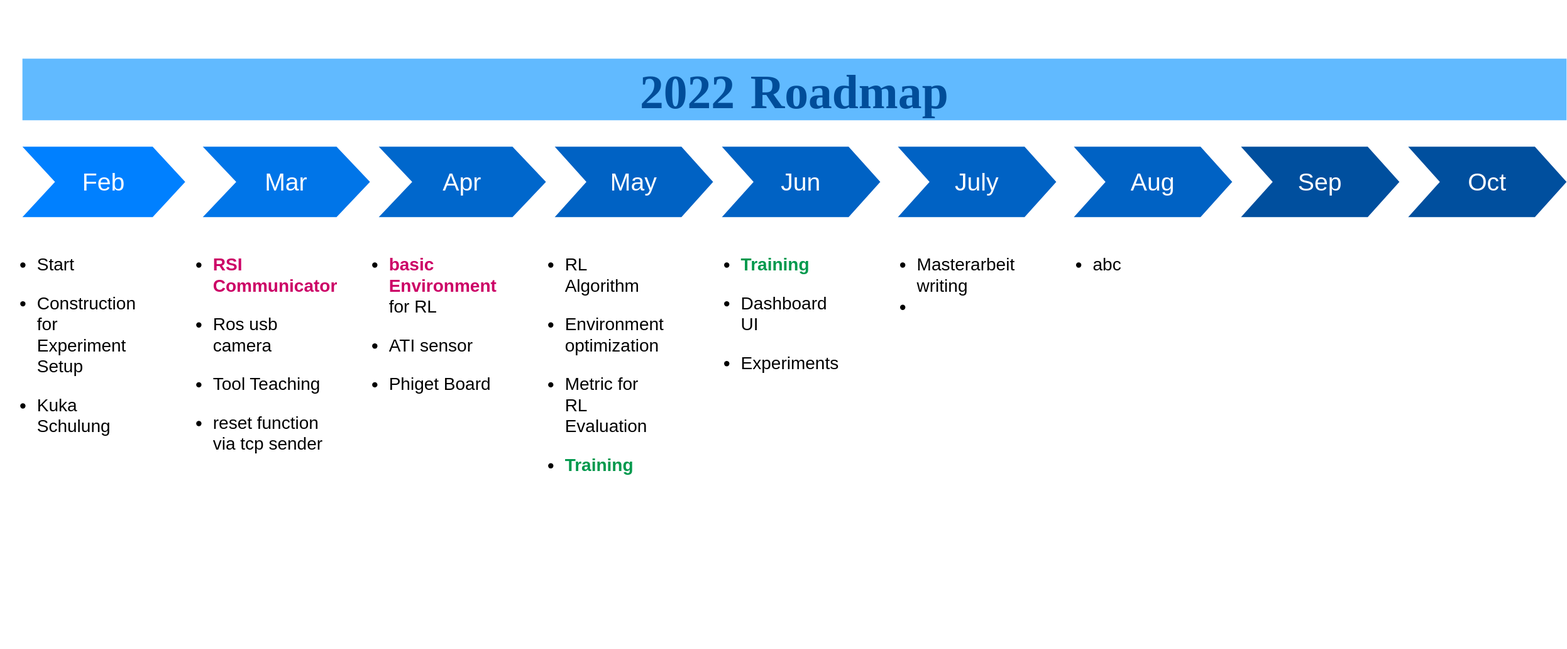
TONiiV/flowcharts keeps this draw.io diagram as Roadmap.svg. Above is the earlier version. Source tidied: cells renumbered, new cells last; positions are measured from the earlier drawing's top-left corner, leaving out a move shared by most shapes. The source it was exported from:
```xml
<mxGraphModel>
  <root>
    <mxCell id="0" />
    <mxCell id="1" parent="0" />
    <mxCell id="2" value="Feb" style="shape=step;whiteSpace=wrap;html=1;fontSize=28;fillColor=#0080FF;fontColor=#FFFFFF;strokeColor=none;" parent="1" vertex="1">
      <mxGeometry x="25" y="100" width="185" height="80" as="geometry" />
    </mxCell>
    <mxCell id="3" value="Mar" style="shape=step;whiteSpace=wrap;html=1;fontSize=28;fillColor=#0075E8;fontColor=#FFFFFF;strokeColor=none;" parent="1" vertex="1">
      <mxGeometry x="230" y="100" width="190" height="80" as="geometry" />
    </mxCell>
    <mxCell id="4" value="Apr" style="shape=step;whiteSpace=wrap;html=1;fontSize=28;fillColor=#0067CC;fontColor=#FFFFFF;strokeColor=none;" parent="1" vertex="1">
      <mxGeometry x="430" y="100" width="190" height="80" as="geometry" />
    </mxCell>
    <mxCell id="5" value="May" style="shape=step;whiteSpace=wrap;html=1;fontSize=28;fillColor=#0062C4;fontColor=#FFFFFF;strokeColor=none;" parent="1" vertex="1">
      <mxGeometry x="630" y="100" width="180" height="80" as="geometry" />
    </mxCell>
    <mxCell id="6" value="&lt;h3&gt;&lt;font style=&quot;font-size: 54px&quot; face=&quot;Verdana&quot;&gt;2022&lt;/font&gt; &lt;font style=&quot;font-size: 54px&quot; face=&quot;Verdana&quot;&gt;Roadmap &lt;/font&gt;&lt;br&gt;&lt;/h3&gt;" style="text;html=1;strokeColor=none;fillColor=#61BAFF;align=center;verticalAlign=middle;whiteSpace=wrap;fontSize=54;fontStyle=1;fontColor=#004D99;" parent="1" vertex="1">
      <mxGeometry x="25" width="1755" height="70" as="geometry" />
    </mxCell>
    <mxCell id="7" value="&lt;ul style=&quot;font-size: 20px&quot;&gt;&lt;li&gt;Start&lt;/li&gt;&lt;/ul&gt;&lt;ul style=&quot;font-size: 20px&quot;&gt;&lt;li&gt;Construction for Experiment Setup&lt;/li&gt;&lt;/ul&gt;&lt;ul style=&quot;font-size: 20px&quot;&gt;&lt;li&gt;Kuka Schulung&lt;br&gt;&lt;/li&gt;&lt;/ul&gt;" style="text;spacingTop=-5;fillColor=#ffffff;whiteSpace=wrap;html=1;align=left;fontSize=12;fontFamily=Helvetica;fillColor=none;strokeColor=none;" parent="1" vertex="1">
      <mxGeometry y="200" width="140" height="470" as="geometry" />
    </mxCell>
    <mxCell id="8" value="&lt;ul style=&quot;font-size: 20px&quot;&gt;&lt;li&gt;&lt;font color=&quot;#CC0066&quot;&gt;&lt;b&gt;RSI Communicator&lt;/b&gt;&lt;/font&gt;&lt;/li&gt;&lt;/ul&gt;&lt;ul style=&quot;font-size: 20px&quot;&gt;&lt;li&gt;Ros usb camera&lt;/li&gt;&lt;/ul&gt;&lt;ul style=&quot;font-size: 20px&quot;&gt;&lt;li&gt;Tool Teaching&lt;/li&gt;&lt;/ul&gt;&lt;ul style=&quot;font-size: 20px&quot;&gt;&lt;li&gt;reset function via tcp sender&lt;br&gt;&lt;/li&gt;&lt;/ul&gt;" style="text;spacingTop=-5;fillColor=#ffffff;whiteSpace=wrap;html=1;align=left;fontSize=12;fontFamily=Helvetica;fillColor=none;strokeColor=none;" parent="1" vertex="1">
      <mxGeometry x="200" y="200" width="140" height="470" as="geometry" />
    </mxCell>
    <mxCell id="9" value="&lt;ul style=&quot;font-size: 20px&quot;&gt;&lt;li&gt;&lt;font color=&quot;#CC0066&quot;&gt;&lt;b&gt;basic Environment&lt;/b&gt;&lt;/font&gt; for RL&lt;/li&gt;&lt;/ul&gt;&lt;ul style=&quot;font-size: 20px&quot;&gt;&lt;li&gt;ATI sensor&lt;/li&gt;&lt;/ul&gt;&lt;ul style=&quot;font-size: 20px&quot;&gt;&lt;li&gt;Phiget Board&lt;br&gt;&lt;/li&gt;&lt;/ul&gt;" style="text;spacingTop=-5;fillColor=#ffffff;whiteSpace=wrap;html=1;align=left;fontSize=12;fontFamily=Helvetica;fillColor=none;strokeColor=none;" parent="1" vertex="1">
      <mxGeometry x="400" y="200" width="140" height="470" as="geometry" />
    </mxCell>
    <mxCell id="10" value="&lt;ul style=&quot;font-size: 20px&quot;&gt;&lt;li&gt;RL Algorithm&lt;/li&gt;&lt;/ul&gt;&lt;ul style=&quot;font-size: 20px&quot;&gt;&lt;li&gt;Environment optimization&lt;/li&gt;&lt;/ul&gt;&lt;ul style=&quot;font-size: 20px&quot;&gt;&lt;li&gt;Metric for RL Evaluation&lt;/li&gt;&lt;/ul&gt;&lt;ul style=&quot;font-size: 20px&quot;&gt;&lt;li&gt;&lt;font color=&quot;#00994D&quot;&gt;&lt;b&gt;Training&lt;/b&gt;&lt;/font&gt;&lt;br&gt;&lt;/li&gt;&lt;/ul&gt;" style="text;spacingTop=-5;fillColor=#ffffff;whiteSpace=wrap;html=1;align=left;fontSize=12;fontFamily=Helvetica;fillColor=none;strokeColor=none;" parent="1" vertex="1">
      <mxGeometry x="600" y="200" width="140" height="470" as="geometry" />
    </mxCell>
    <mxCell id="11" value="&lt;ul style=&quot;font-size: 20px&quot;&gt;&lt;li&gt;&lt;font color=&quot;#00994D&quot;&gt;&lt;b&gt;Training&lt;/b&gt;&lt;/font&gt;&lt;/li&gt;&lt;/ul&gt;&lt;ul style=&quot;font-size: 20px&quot;&gt;&lt;li&gt;Dashboard UI&lt;/li&gt;&lt;/ul&gt;&lt;ul style=&quot;font-size: 20px&quot;&gt;&lt;li&gt;Experiments&lt;br&gt;&lt;/li&gt;&lt;/ul&gt;" style="text;spacingTop=-5;fillColor=#ffffff;whiteSpace=wrap;html=1;align=left;fontSize=12;fontFamily=Helvetica;fillColor=none;strokeColor=none;" parent="1" vertex="1">
      <mxGeometry x="800" y="200" width="140" height="470" as="geometry" />
    </mxCell>
    <mxCell id="12" value="&lt;ul style=&quot;font-size: 20px&quot;&gt;&lt;li&gt;abc&lt;/li&gt;&lt;/ul&gt;" style="text;spacingTop=-5;fillColor=#ffffff;whiteSpace=wrap;html=1;align=left;fontSize=12;fontFamily=Helvetica;fillColor=none;strokeColor=none;" parent="1" vertex="1">
      <mxGeometry x="1200" y="200" width="140" height="470" as="geometry" />
    </mxCell>
    <mxCell id="13" value="&lt;ul style=&quot;font-size: 20px&quot;&gt;&lt;li&gt;Masterarbeit writing&lt;/li&gt;&lt;li&gt;&lt;br&gt;&lt;/li&gt;&lt;/ul&gt;" style="text;spacingTop=-5;fillColor=#ffffff;whiteSpace=wrap;html=1;align=left;fontSize=12;fontFamily=Helvetica;fillColor=none;strokeColor=none;" parent="1" vertex="1">
      <mxGeometry x="1000" y="200" width="140" height="470" as="geometry" />
    </mxCell>
    <mxCell id="14" value="Jun" style="shape=step;whiteSpace=wrap;html=1;fontSize=28;fillColor=#0062C4;fontColor=#FFFFFF;strokeColor=none;" parent="1" vertex="1">
      <mxGeometry x="820" y="100" width="180" height="80" as="geometry" />
    </mxCell>
    <mxCell id="15" value="July" style="shape=step;whiteSpace=wrap;html=1;fontSize=28;fillColor=#0062C4;fontColor=#FFFFFF;strokeColor=none;" parent="1" vertex="1">
      <mxGeometry x="1020" y="100" width="180" height="80" as="geometry" />
    </mxCell>
    <mxCell id="16" value="Aug" style="shape=step;whiteSpace=wrap;html=1;fontSize=28;fillColor=#0062C4;fontColor=#FFFFFF;strokeColor=none;" parent="1" vertex="1">
      <mxGeometry x="1220" y="100" width="180" height="80" as="geometry" />
    </mxCell>
    <mxCell id="17" value="Sep" style="shape=step;whiteSpace=wrap;html=1;fontSize=28;fillColor=#004F9E;fontColor=#FFFFFF;strokeColor=none;" parent="1" vertex="1">
      <mxGeometry x="1410" y="100" width="180" height="80" as="geometry" />
    </mxCell>
    <mxCell id="18" value="Oct" style="shape=step;whiteSpace=wrap;html=1;fontSize=28;fillColor=#004F9E;fontColor=#FFFFFF;strokeColor=none;" parent="1" vertex="1">
      <mxGeometry x="1600" y="100" width="180" height="80" as="geometry" />
    </mxCell>
  </root>
</mxGraphModel>
```
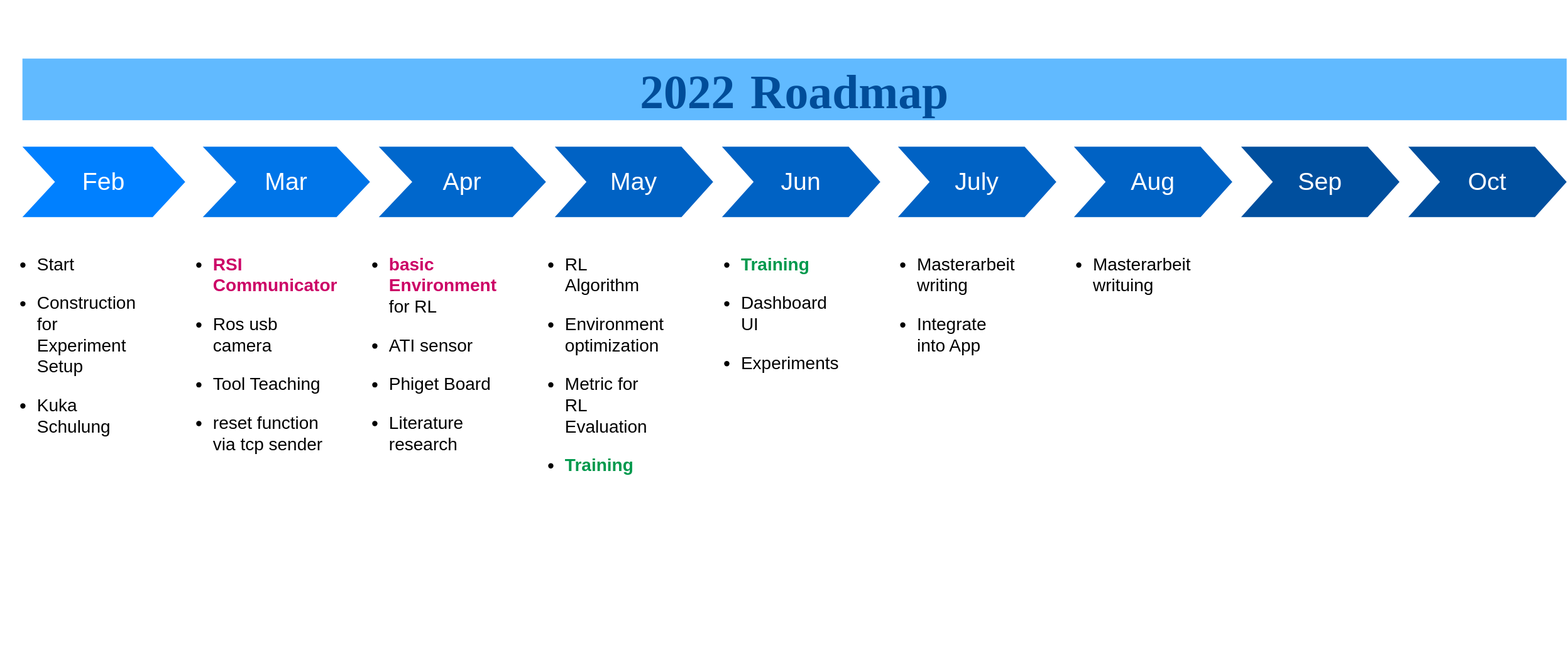
Above is the later version.

Change to the diagram source:
```diff
@@ -23,7 +23,7 @@
     <mxCell id="8" value="&lt;ul style=&quot;font-size: 20px&quot;&gt;&lt;li&gt;&lt;font color=&quot;#CC0066&quot;&gt;&lt;b&gt;RSI Communicator&lt;/b&gt;&lt;/font&gt;&lt;/li&gt;&lt;/ul&gt;&lt;ul style=&quot;font-size: 20px&quot;&gt;&lt;li&gt;Ros usb camera&lt;/li&gt;&lt;/ul&gt;&lt;ul style=&quot;font-size: 20px&quot;&gt;&lt;li&gt;Tool Teaching&lt;/li&gt;&lt;/ul&gt;&lt;ul style=&quot;font-size: 20px&quot;&gt;&lt;li&gt;reset function via tcp sender&lt;br&gt;&lt;/li&gt;&lt;/ul&gt;" style="text;spacingTop=-5;fillColor=#ffffff;whiteSpace=wrap;html=1;align=left;fontSize=12;fontFamily=Helvetica;fillColor=none;strokeColor=none;" parent="1" vertex="1">
       <mxGeometry x="200" y="200" width="140" height="470" as="geometry" />
     </mxCell>
-    <mxCell id="9" value="&lt;ul style=&quot;font-size: 20px&quot;&gt;&lt;li&gt;&lt;font color=&quot;#CC0066&quot;&gt;&lt;b&gt;basic Environment&lt;/b&gt;&lt;/font&gt; for RL&lt;/li&gt;&lt;/ul&gt;&lt;ul style=&quot;font-size: 20px&quot;&gt;&lt;li&gt;ATI sensor&lt;/li&gt;&lt;/ul&gt;&lt;ul style=&quot;font-size: 20px&quot;&gt;&lt;li&gt;Phiget Board&lt;br&gt;&lt;/li&gt;&lt;/ul&gt;" style="text;spacingTop=-5;fillColor=#ffffff;whiteSpace=wrap;html=1;align=left;fontSize=12;fontFamily=Helvetica;fillColor=none;strokeColor=none;" parent="1" vertex="1">
+    <mxCell id="9" value="&lt;ul style=&quot;font-size: 20px&quot;&gt;&lt;li&gt;&lt;font color=&quot;#CC0066&quot;&gt;&lt;b&gt;basic Environment&lt;/b&gt;&lt;/font&gt; for RL&lt;/li&gt;&lt;/ul&gt;&lt;ul style=&quot;font-size: 20px&quot;&gt;&lt;li&gt;ATI sensor&lt;/li&gt;&lt;/ul&gt;&lt;ul style=&quot;font-size: 20px&quot;&gt;&lt;li&gt;Phiget Board&lt;/li&gt;&lt;/ul&gt;&lt;ul style=&quot;font-size: 20px&quot;&gt;&lt;li&gt;Literature research&lt;br&gt;&lt;/li&gt;&lt;/ul&gt;" style="text;spacingTop=-5;fillColor=#ffffff;whiteSpace=wrap;html=1;align=left;fontSize=12;fontFamily=Helvetica;fillColor=none;strokeColor=none;" parent="1" vertex="1">
       <mxGeometry x="400" y="200" width="140" height="470" as="geometry" />
     </mxCell>
     <mxCell id="10" value="&lt;ul style=&quot;font-size: 20px&quot;&gt;&lt;li&gt;RL Algorithm&lt;/li&gt;&lt;/ul&gt;&lt;ul style=&quot;font-size: 20px&quot;&gt;&lt;li&gt;Environment optimization&lt;/li&gt;&lt;/ul&gt;&lt;ul style=&quot;font-size: 20px&quot;&gt;&lt;li&gt;Metric for RL Evaluation&lt;/li&gt;&lt;/ul&gt;&lt;ul style=&quot;font-size: 20px&quot;&gt;&lt;li&gt;&lt;font color=&quot;#00994D&quot;&gt;&lt;b&gt;Training&lt;/b&gt;&lt;/font&gt;&lt;br&gt;&lt;/li&gt;&lt;/ul&gt;" style="text;spacingTop=-5;fillColor=#ffffff;whiteSpace=wrap;html=1;align=left;fontSize=12;fontFamily=Helvetica;fillColor=none;strokeColor=none;" parent="1" vertex="1">
@@ -32,10 +32,10 @@
     <mxCell id="11" value="&lt;ul style=&quot;font-size: 20px&quot;&gt;&lt;li&gt;&lt;font color=&quot;#00994D&quot;&gt;&lt;b&gt;Training&lt;/b&gt;&lt;/font&gt;&lt;/li&gt;&lt;/ul&gt;&lt;ul style=&quot;font-size: 20px&quot;&gt;&lt;li&gt;Dashboard UI&lt;/li&gt;&lt;/ul&gt;&lt;ul style=&quot;font-size: 20px&quot;&gt;&lt;li&gt;Experiments&lt;br&gt;&lt;/li&gt;&lt;/ul&gt;" style="text;spacingTop=-5;fillColor=#ffffff;whiteSpace=wrap;html=1;align=left;fontSize=12;fontFamily=Helvetica;fillColor=none;strokeColor=none;" parent="1" vertex="1">
       <mxGeometry x="800" y="200" width="140" height="470" as="geometry" />
     </mxCell>
-    <mxCell id="12" value="&lt;ul style=&quot;font-size: 20px&quot;&gt;&lt;li&gt;abc&lt;/li&gt;&lt;/ul&gt;" style="text;spacingTop=-5;fillColor=#ffffff;whiteSpace=wrap;html=1;align=left;fontSize=12;fontFamily=Helvetica;fillColor=none;strokeColor=none;" parent="1" vertex="1">
+    <mxCell id="12" value="&lt;ul style=&quot;font-size: 20px&quot;&gt;&lt;li&gt;Masterarbeit writuing&lt;br&gt;&lt;/li&gt;&lt;/ul&gt;" style="text;spacingTop=-5;fillColor=#ffffff;whiteSpace=wrap;html=1;align=left;fontSize=12;fontFamily=Helvetica;fillColor=none;strokeColor=none;" parent="1" vertex="1">
       <mxGeometry x="1200" y="200" width="140" height="470" as="geometry" />
     </mxCell>
-    <mxCell id="13" value="&lt;ul style=&quot;font-size: 20px&quot;&gt;&lt;li&gt;Masterarbeit writing&lt;/li&gt;&lt;li&gt;&lt;br&gt;&lt;/li&gt;&lt;/ul&gt;" style="text;spacingTop=-5;fillColor=#ffffff;whiteSpace=wrap;html=1;align=left;fontSize=12;fontFamily=Helvetica;fillColor=none;strokeColor=none;" parent="1" vertex="1">
+    <mxCell id="13" value="&lt;ul style=&quot;font-size: 20px&quot;&gt;&lt;li&gt;Masterarbeit writing&lt;/li&gt;&lt;/ul&gt;&lt;ul style=&quot;font-size: 20px&quot;&gt;&lt;li&gt;Integrate into App&lt;br&gt;&lt;/li&gt;&lt;/ul&gt;" style="text;spacingTop=-5;fillColor=#ffffff;whiteSpace=wrap;html=1;align=left;fontSize=12;fontFamily=Helvetica;fillColor=none;strokeColor=none;" parent="1" vertex="1">
       <mxGeometry x="1000" y="200" width="140" height="470" as="geometry" />
     </mxCell>
     <mxCell id="14" value="Jun" style="shape=step;whiteSpace=wrap;html=1;fontSize=28;fillColor=#0062C4;fontColor=#FFFFFF;strokeColor=none;" parent="1" vertex="1">
```
